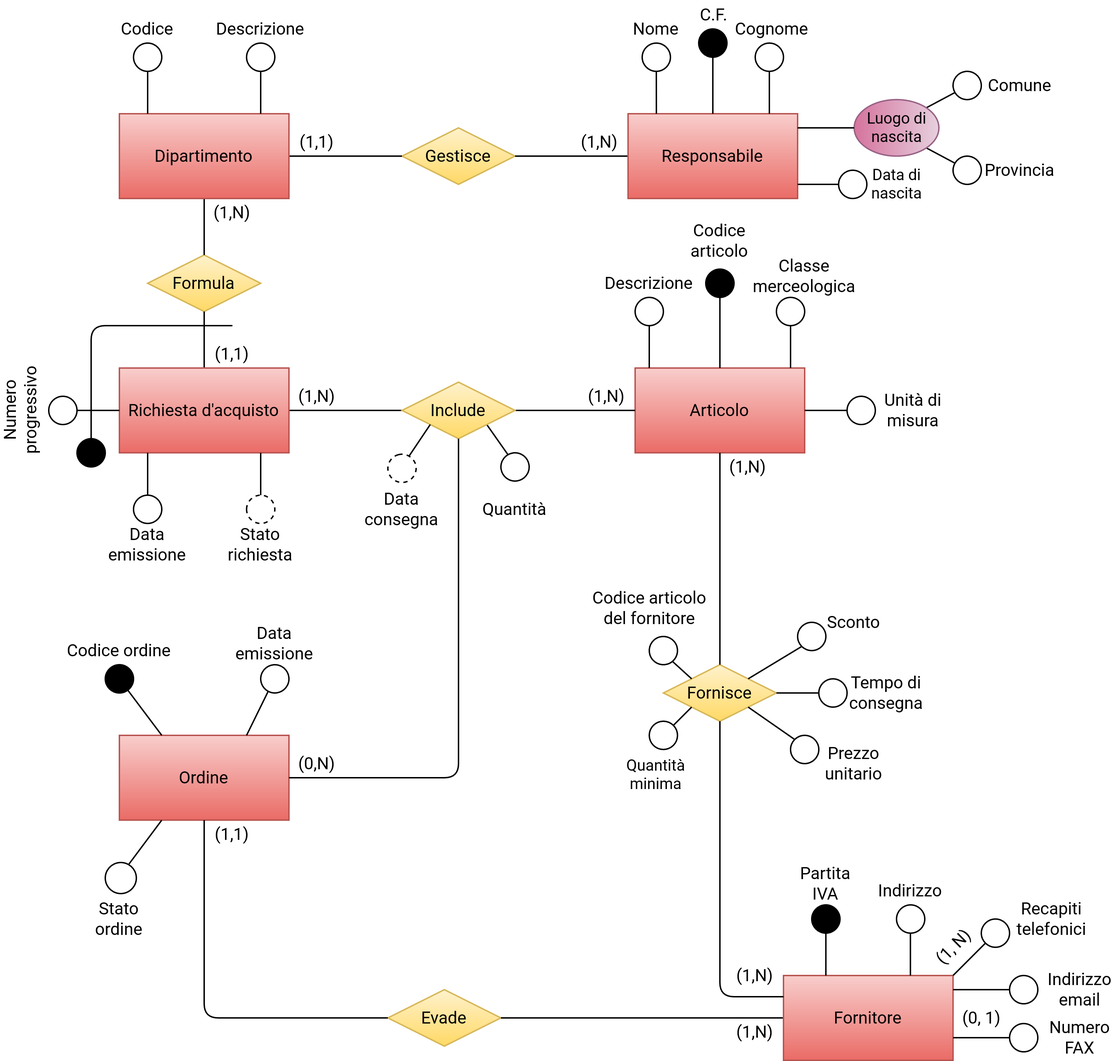
Before: ER.png, a diagram exported from draw.io (FraBomba6/Progetto_BdD). Source tidied: cells renumbered, new cells last; positions are measured from the earlier drawing's top-left corner, leaving out a move shared by most shapes.
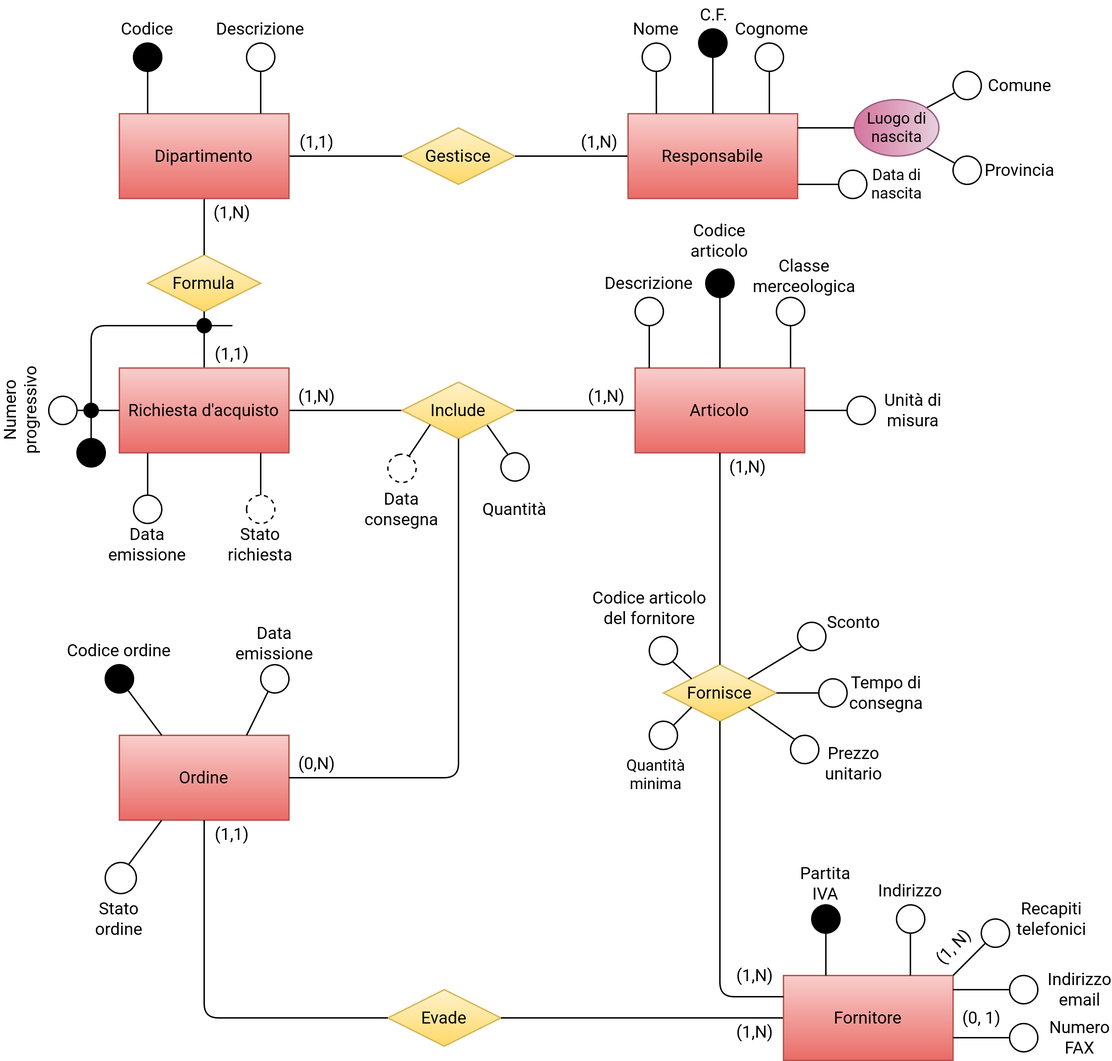
Above is the later version.

Change to the diagram source:
```diff
@@ -376,7 +376,7 @@
         <mxPoint x="20" y="40" as="targetPoint" />
       </mxGeometry>
     </mxCell>
-    <mxCell id="118" style="ellipse;fontFamily=Roboto;fontSource=https%3A%2F%2Ffonts.googleapis.com%2Fcss%3Ffamily%3DRoboto;" parent="116" vertex="1">
+    <mxCell id="118" style="ellipse;fontFamily=Roboto;fontSource=https%3A%2F%2Ffonts.googleapis.com%2Fcss%3Ffamily%3DRoboto;fillColor=#000000;" parent="116" vertex="1">
       <mxGeometry x="10" y="20" width="20" height="20" as="geometry" />
     </mxCell>
     <mxCell id="119" value="Codice" style="text;html=1;strokeColor=none;fillColor=none;align=center;verticalAlign=middle;whiteSpace=wrap;rounded=0;fontFamily=Roboto;fontSource=https%3A%2F%2Ffonts.googleapis.com%2Fcss%3Ffamily%3DRoboto;" parent="116" vertex="1">
@@ -444,7 +444,7 @@
         </Array>
       </mxGeometry>
     </mxCell>
-    <mxCell id="136" style="endArrow=none;html=1;exitX=0.5;exitY=0;exitDx=0;exitDy=0;fontFamily=Roboto;fontSource=https%3A%2F%2Ffonts.googleapis.com%2Fcss%3Ffamily%3DRoboto;" parent="1" edge="1" source="64">
+    <mxCell id="136" style="endArrow=none;html=1;exitX=0.5;exitY=0;exitDx=0;exitDy=0;fontFamily=Roboto;fontSource=https%3A%2F%2Ffonts.googleapis.com%2Fcss%3Ffamily%3DRoboto;startArrow=none;" parent="1" edge="1" source="148">
       <mxGeometry relative="1" as="geometry">
         <mxPoint x="170" y="230" as="targetPoint" />
         <Array as="points">
@@ -487,5 +487,14 @@
     <mxCell id="146" value="Quantità" style="text;html=1;strokeColor=none;fillColor=none;align=center;verticalAlign=middle;whiteSpace=wrap;rounded=0;fontFamily=Roboto;fontSource=https%3A%2F%2Ffonts.googleapis.com%2Fcss%3Ffamily%3DRoboto;" parent="1" vertex="1">
       <mxGeometry x="350" y="350" width="40" height="20" as="geometry" />
     </mxCell>
+    <mxCell id="147" style="ellipse;fontFamily=Roboto;fontSource=https%3A%2F%2Ffonts.googleapis.com%2Fcss%3Ffamily%3DRoboto;fillColor=#000000;" parent="1" vertex="1">
+      <mxGeometry x="145" y="225" width="10" height="10" as="geometry" />
+    </mxCell>
+    <mxCell id="148" style="ellipse;fontFamily=Roboto;fontSource=https%3A%2F%2Ffonts.googleapis.com%2Fcss%3Ffamily%3DRoboto;fillColor=#000000;" parent="1" vertex="1">
+      <mxGeometry x="65" y="285" width="10" height="10" as="geometry" />
+    </mxCell>
+    <mxCell id="149" style="endArrow=none;html=1;exitX=0.5;exitY=0;exitDx=0;exitDy=0;fontFamily=Roboto;fontSource=https%3A%2F%2Ffonts.googleapis.com%2Fcss%3Ffamily%3DRoboto;" parent="1" edge="1" source="64" target="148">
+      <mxGeometry relative="1" as="geometry" />
+    </mxCell>
   </root>
 </mxGraphModel>
```
